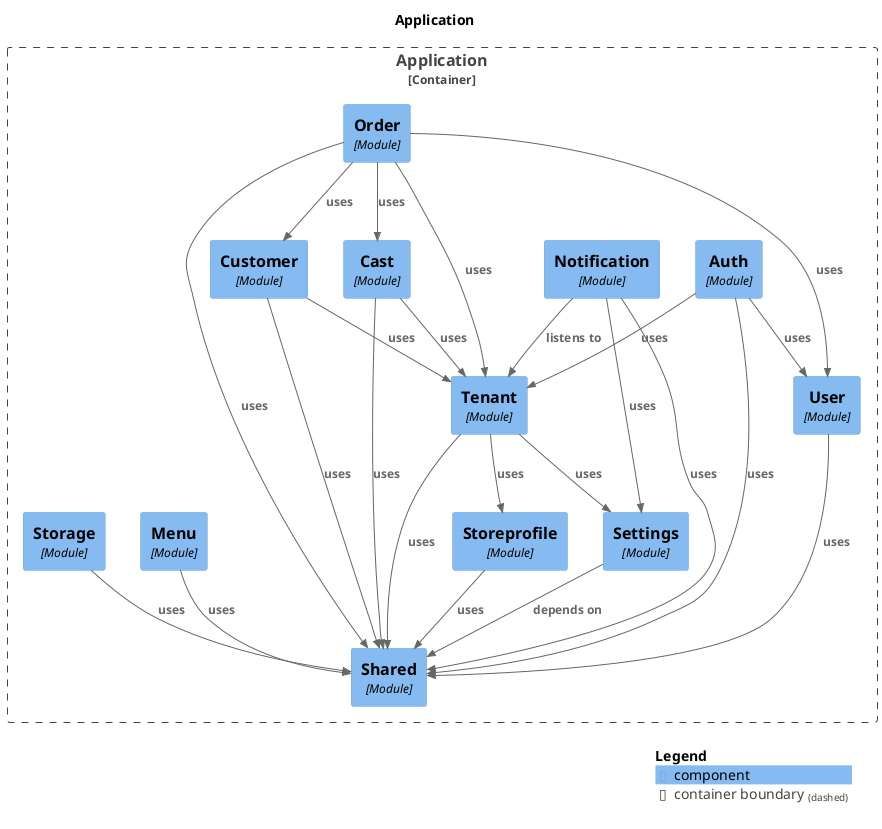
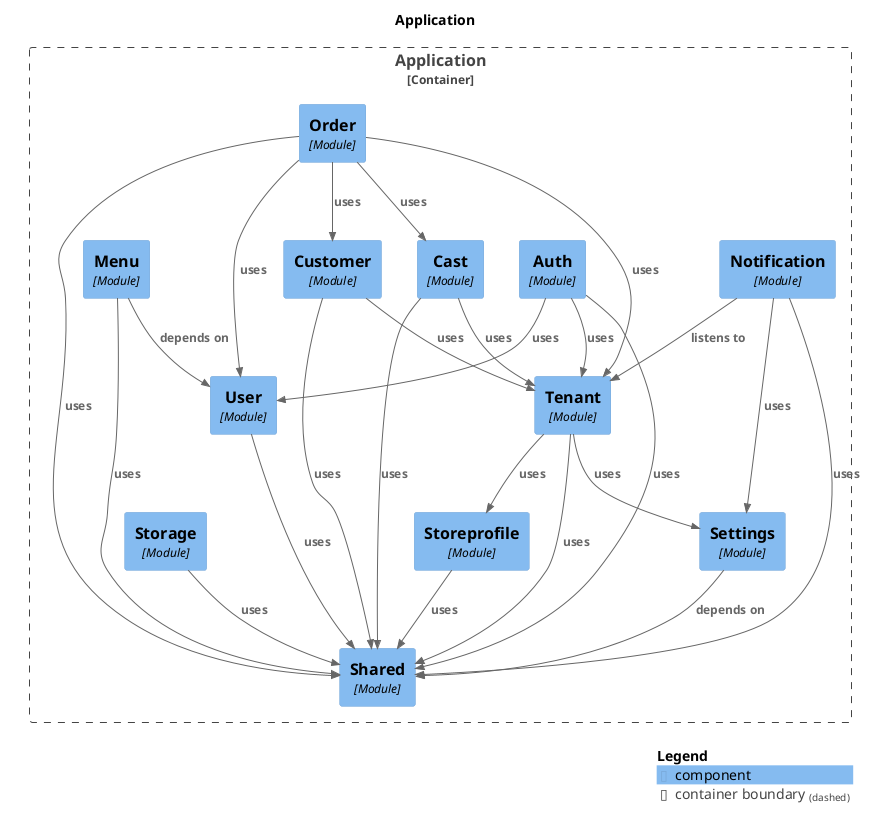
@startuml
set separator none
title Application

top to bottom direction

!include <C4/C4>
!include <C4/C4_Context>
!include <C4/C4_Component>

Container_Boundary("Application.Application_boundary", "Application", $tags="") {
  Component(Application.Application.Auth, "Auth", $techn="Module", $descr="", $tags="", $link="")
  Component(Application.Application.Cast, "Cast", $techn="Module", $descr="", $tags="", $link="")
  Component(Application.Application.Customer, "Customer", $techn="Module", $descr="", $tags="", $link="")
  Component(Application.Application.Notification, "Notification", $techn="Module", $descr="", $tags="", $link="")
  Component(Application.Application.Order, "Order", $techn="Module", $descr="", $tags="", $link="")
  Component(Application.Application.Shared, "Shared", $techn="Module", $descr="", $tags="", $link="")
-   Component(Application.Application.Menu, "Menu", $techn="Module", $descr="", $tags="", $link="")
  Component(Application.Application.Settings, "Settings", $techn="Module", $descr="", $tags="", $link="")
  Component(Application.Application.Storage, "Storage", $techn="Module", $descr="", $tags="", $link="")
  Component(Application.Application.Storeprofile, "Storeprofile", $techn="Module", $descr="", $tags="", $link="")
  Component(Application.Application.User, "User", $techn="Module", $descr="", $tags="", $link="")
+   Component(Application.Application.Menu, "Menu", $techn="Module", $descr="", $tags="", $link="")
  Component(Application.Application.Tenant, "Tenant", $techn="Module", $descr="", $tags="", $link="")
}

- Rel(Application.Application.Customer, Application.Application.Shared, "uses", $techn="", $tags="", $link="")
- Rel(Application.Application.Customer, Application.Application.Tenant, "uses", $techn="", $tags="", $link="")
+ Rel(Application.Application.Storage, Application.Application.Shared, "uses", $techn="", $tags="", $link="")
+ Rel(Application.Application.Menu, Application.Application.User, "depends on", $techn="", $tags="", $link="")
+ Rel(Application.Application.Menu, Application.Application.Shared, "uses", $techn="", $tags="", $link="")
+ Rel(Application.Application.Tenant, Application.Application.Storeprofile, "uses", $techn="", $tags="", $link="")
+ Rel(Application.Application.Tenant, Application.Application.Shared, "uses", $techn="", $tags="", $link="")
+ Rel(Application.Application.Tenant, Application.Application.Settings, "uses", $techn="", $tags="", $link="")
+ Rel(Application.Application.Cast, Application.Application.Shared, "uses", $techn="", $tags="", $link="")
+ Rel(Application.Application.Cast, Application.Application.Tenant, "uses", $techn="", $tags="", $link="")
+ Rel(Application.Application.User, Application.Application.Shared, "uses", $techn="", $tags="", $link="")
Rel(Application.Application.Auth, Application.Application.User, "uses", $techn="", $tags="", $link="")
Rel(Application.Application.Auth, Application.Application.Tenant, "uses", $techn="", $tags="", $link="")
Rel(Application.Application.Auth, Application.Application.Shared, "uses", $techn="", $tags="", $link="")
- Rel(Application.Application.Cast, Application.Application.Shared, "uses", $techn="", $tags="", $link="")
- Rel(Application.Application.Cast, Application.Application.Tenant, "uses", $techn="", $tags="", $link="")
- Rel(Application.Application.Menu, Application.Application.Shared, "uses", $techn="", $tags="", $link="")
- Rel(Application.Application.Storage, Application.Application.Shared, "uses", $techn="", $tags="", $link="")
+ Rel(Application.Application.Customer, Application.Application.Shared, "uses", $techn="", $tags="", $link="")
+ Rel(Application.Application.Customer, Application.Application.Tenant, "uses", $techn="", $tags="", $link="")
Rel(Application.Application.Storeprofile, Application.Application.Shared, "uses", $techn="", $tags="", $link="")
Rel(Application.Application.Notification, Application.Application.Tenant, "listens to", $techn="", $tags="", $link="")
Rel(Application.Application.Notification, Application.Application.Settings, "uses", $techn="", $tags="", $link="")
Rel(Application.Application.Notification, Application.Application.Shared, "uses", $techn="", $tags="", $link="")
Rel(Application.Application.Order, Application.Application.Customer, "uses", $techn="", $tags="", $link="")
Rel(Application.Application.Order, Application.Application.Cast, "uses", $techn="", $tags="", $link="")
Rel(Application.Application.Order, Application.Application.User, "uses", $techn="", $tags="", $link="")
Rel(Application.Application.Order, Application.Application.Tenant, "uses", $techn="", $tags="", $link="")
Rel(Application.Application.Order, Application.Application.Shared, "uses", $techn="", $tags="", $link="")
- Rel(Application.Application.Tenant, Application.Application.Storeprofile, "uses", $techn="", $tags="", $link="")
- Rel(Application.Application.Tenant, Application.Application.Shared, "uses", $techn="", $tags="", $link="")
- Rel(Application.Application.Tenant, Application.Application.Settings, "uses", $techn="", $tags="", $link="")
Rel(Application.Application.Settings, Application.Application.Shared, "depends on", $techn="", $tags="", $link="")
- Rel(Application.Application.User, Application.Application.Shared, "uses", $techn="", $tags="", $link="")

SHOW_LEGEND(true)
@enduml